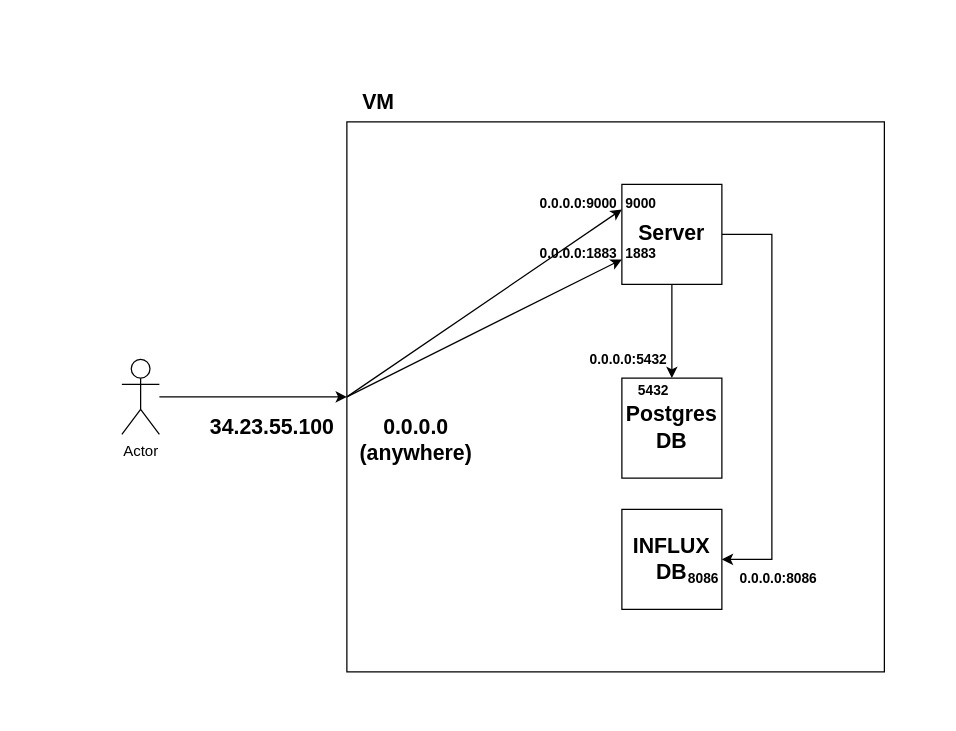
Before: Documentation/Diagrams/GCP VM Arquitecture.drawio in MiguelRocha2001/PS-Monitor-IoT-System, a draw.io diagram. Source tidied: cells renumbered, new cells numbered last; positions are measured from the earlier drawing's top-left corner, leaving out a move shared by most shapes. Both pictures are drawn from the tidied source at 125%, with x=0, y=0 at pixel (121, 84).
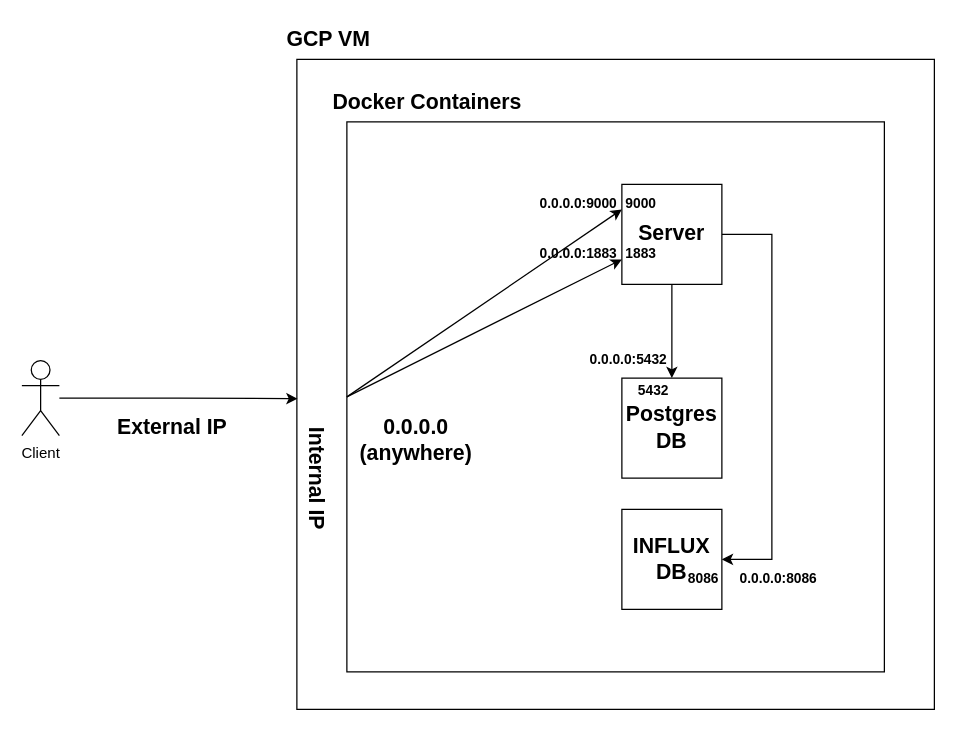
The same page after the edit.

The change refers to these unchanged cells:
```xml
<mxCell id="2" style="rounded=0;whiteSpace=wrap;html=1;" parent="1" vertex="1">
  <mxGeometry x="180" y="30" width="430" height="440" as="geometry" />
</mxCell>
```

Change to the diagram source:
```diff
@@
+    <mxCell id="23" style="rounded=0;whiteSpace=wrap;html=1;" parent="1" vertex="1">
+      <mxGeometry x="140" y="-20" width="510" height="520" as="geometry" />
+    </mxCell>
@@
-    <mxCell id="3" value="VM" style="text;html=1;align=center;verticalAlign=middle;strokeColor=none;fillColor=none;fontSize=17;fontStyle=1;" parent="1" vertex="1">
-      <mxGeometry x="180" width="50" height="30" as="geometry" />
+    <mxCell id="3" value="Docker Containers" style="text;html=1;align=center;verticalAlign=middle;strokeColor=none;fillColor=none;fontSize=17;fontStyle=1;" parent="1" vertex="1">
+      <mxGeometry x="159" width="170" height="30" as="geometry" />
     </mxCell>
@@
-    <mxCell id="9" style="edgeStyle=orthogonalEdgeStyle;rounded=0;jettySize=auto;html=1;" parent="1" edge="1" source="10" target="2">
+    <mxCell id="9" style="edgeStyle=orthogonalEdgeStyle;rounded=0;jettySize=auto;html=1;entryX=0.001;entryY=0.522;entryDx=0;entryDy=0;entryPerimeter=0;" parent="1" edge="1" source="10" target="23">
       <mxGeometry relative="1" as="geometry" />
     </mxCell>
-    <mxCell id="10" value="Actor" style="shape=umlActor;verticalLabelPosition=bottom;verticalAlign=top;html=1;outlineConnect=0;" parent="1" vertex="1">
-      <mxGeometry y="220" width="30" height="60" as="geometry" />
+    <mxCell id="10" value="Client" style="shape=umlActor;verticalLabelPosition=bottom;verticalAlign=top;html=1;outlineConnect=0;" parent="1" vertex="1">
+      <mxGeometry x="-80" y="221" width="30" height="60" as="geometry" />
     </mxCell>
-    <mxCell id="11" value="34.23.55.100" style="text;html=1;align=center;verticalAlign=middle;strokeColor=none;fillColor=none;fontSize=17;fontStyle=1;" parent="1" vertex="1">
-      <mxGeometry x="60" y="260" width="120" height="30" as="geometry" />
+    <mxCell id="11" value="External IP" style="text;html=1;align=center;verticalAlign=middle;strokeColor=none;fillColor=none;fontSize=17;fontStyle=1;" parent="1" vertex="1">
+      <mxGeometry x="-15" y="260" width="110" height="30" as="geometry" />
     </mxCell>
@@
+    <mxCell id="24" value="GCP VM" style="text;html=1;align=center;verticalAlign=middle;strokeColor=none;fillColor=none;fontSize=17;fontStyle=1;" parent="1" vertex="1">
+      <mxGeometry x="120" y="-50" width="90" height="30" as="geometry" />
+    </mxCell>
+    <mxCell id="25" value="Internal IP" style="text;html=1;align=center;verticalAlign=middle;strokeColor=none;fillColor=none;fontSize=17;fontStyle=1;rotation=90;" parent="1" vertex="1">
+      <mxGeometry x="100" y="300" width="110" height="30" as="geometry" />
+    </mxCell>
```
